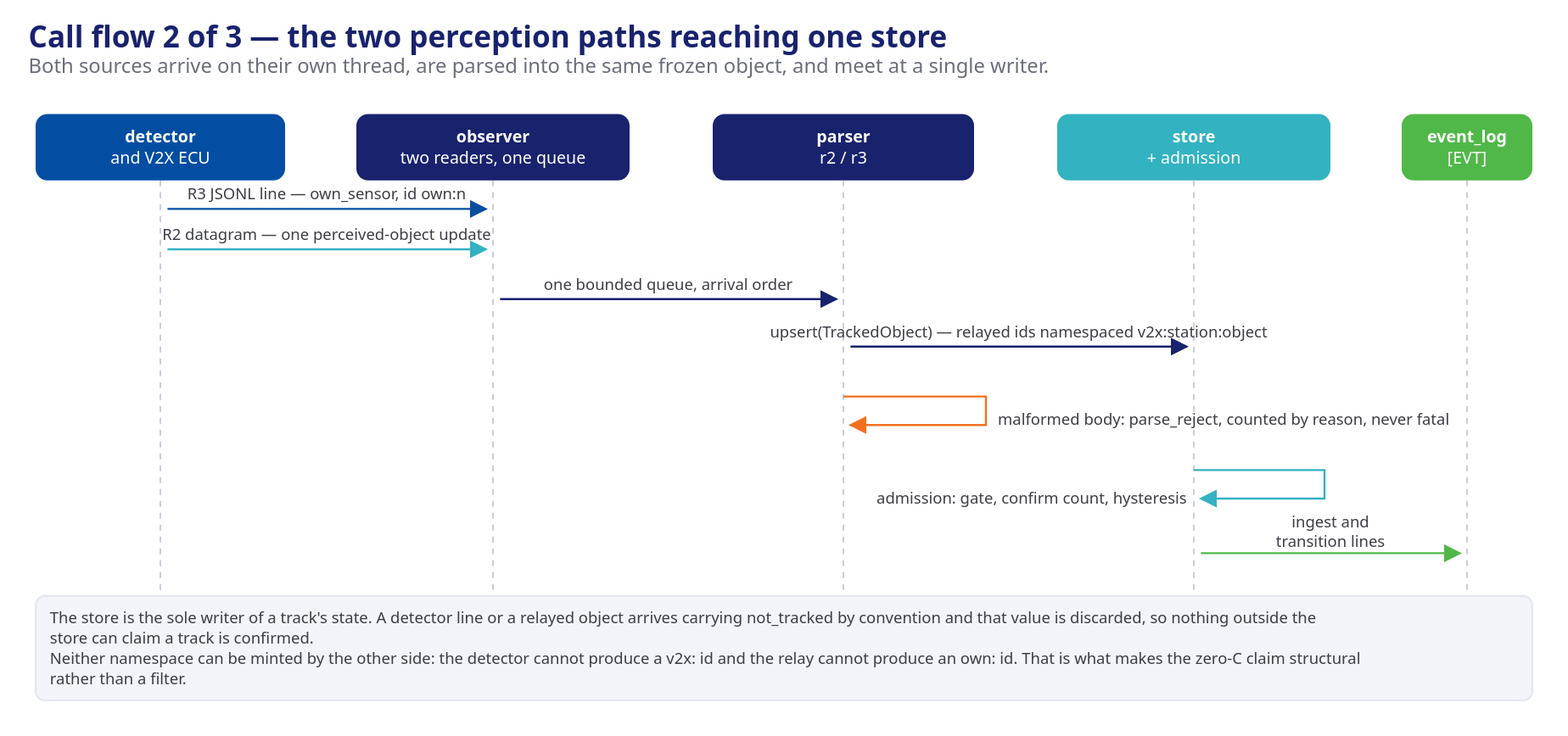
mnpham2101/FPT-Hackathon2026 keeps this draw.io diagram as presentation/assets/phase2-4-ada-callflow-2.svg. Above is the earlier version. Source tidied: cells renumbered, new cells last; positions are measured from the earlier drawing's top-left corner, leaving out a move shared by most shapes.
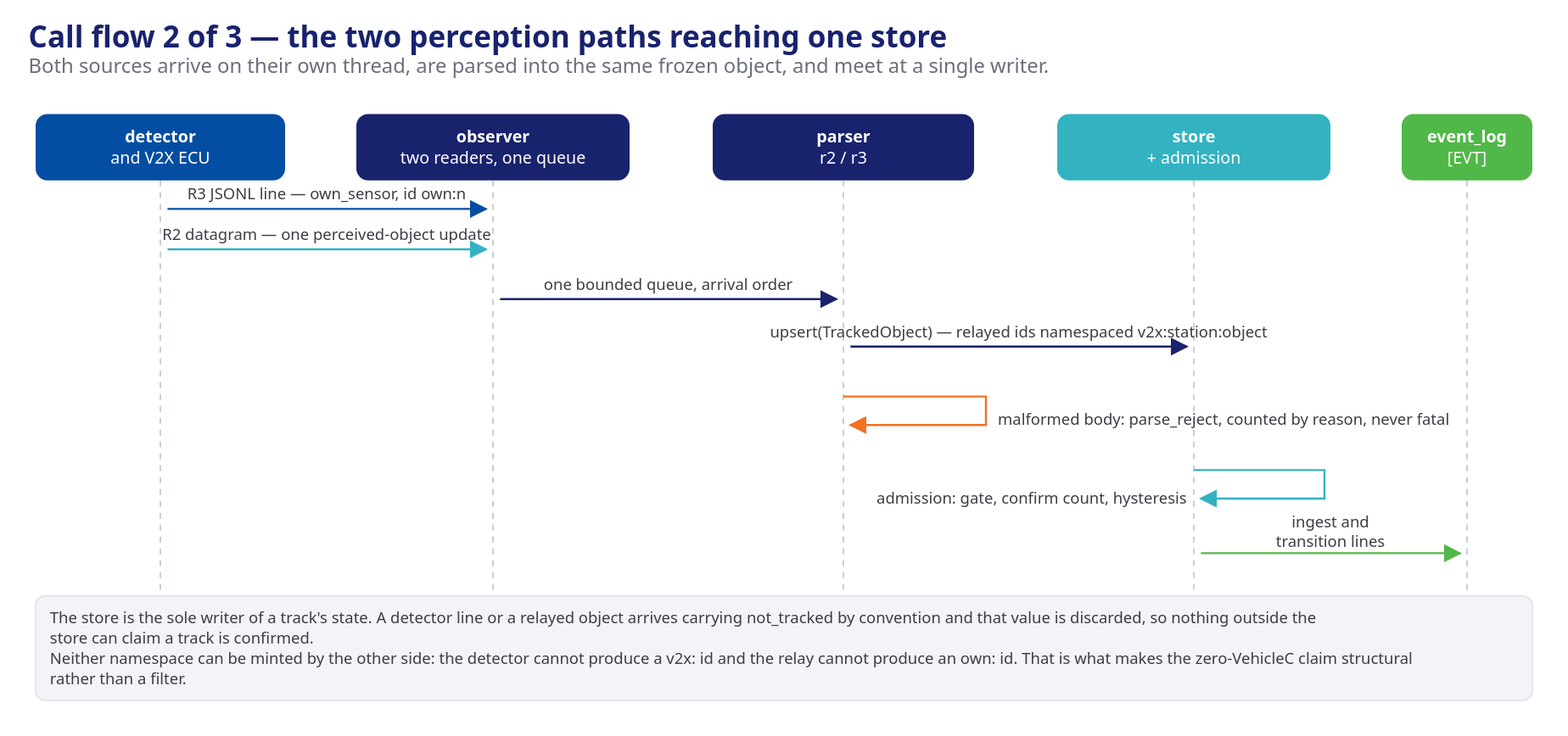
Later version of the same file.

What changed in the source:
```diff
@@ -88,7 +88,7 @@
         <mxPoint x="1205" y="446" as="targetPoint" />
       </mxGeometry>
     </mxCell>
-    <mxCell id="21" value="The store is the sole writer of a track's state. A detector line or a relayed object arrives carrying not_tracked by convention and that value is discarded, so nothing outside the&#10;store can claim a track is confirmed.&#10;Neither namespace can be minted by the other side: the detector cannot produce a v2x: id and the relay cannot produce an own: id. That is what makes the zero-C claim structural&#10;rather than a filter." style="rounded=1;arcSize=8;html=1;fillColor=#f2f4f9;strokeColor=#e3e6f0;fontColor=#3d3d46;fontSize=13.2;fontStyle=0;whiteSpace=wrap;verticalAlign=middle;align=left;" parent="1" vertex="1">
+    <mxCell id="21" value="The store is the sole writer of a track's state. A detector line or a relayed object arrives carrying not_tracked by convention and that value is discarded, so nothing outside the&#10;store can claim a track is confirmed.&#10;Neither namespace can be minted by the other side: the detector cannot produce a v2x: id and the relay cannot produce an own: id. That is what makes the zero-VehicleC claim structural&#10;rather than a filter." style="rounded=1;arcSize=8;html=1;fillColor=#f2f4f9;strokeColor=#e3e6f0;fontColor=#3d3d46;fontSize=13.2;fontStyle=0;whiteSpace=wrap;verticalAlign=middle;align=left;" parent="1" vertex="1">
       <mxGeometry x="6" y="482" width="1260" height="88" as="geometry" />
     </mxCell>
   </root>
```
